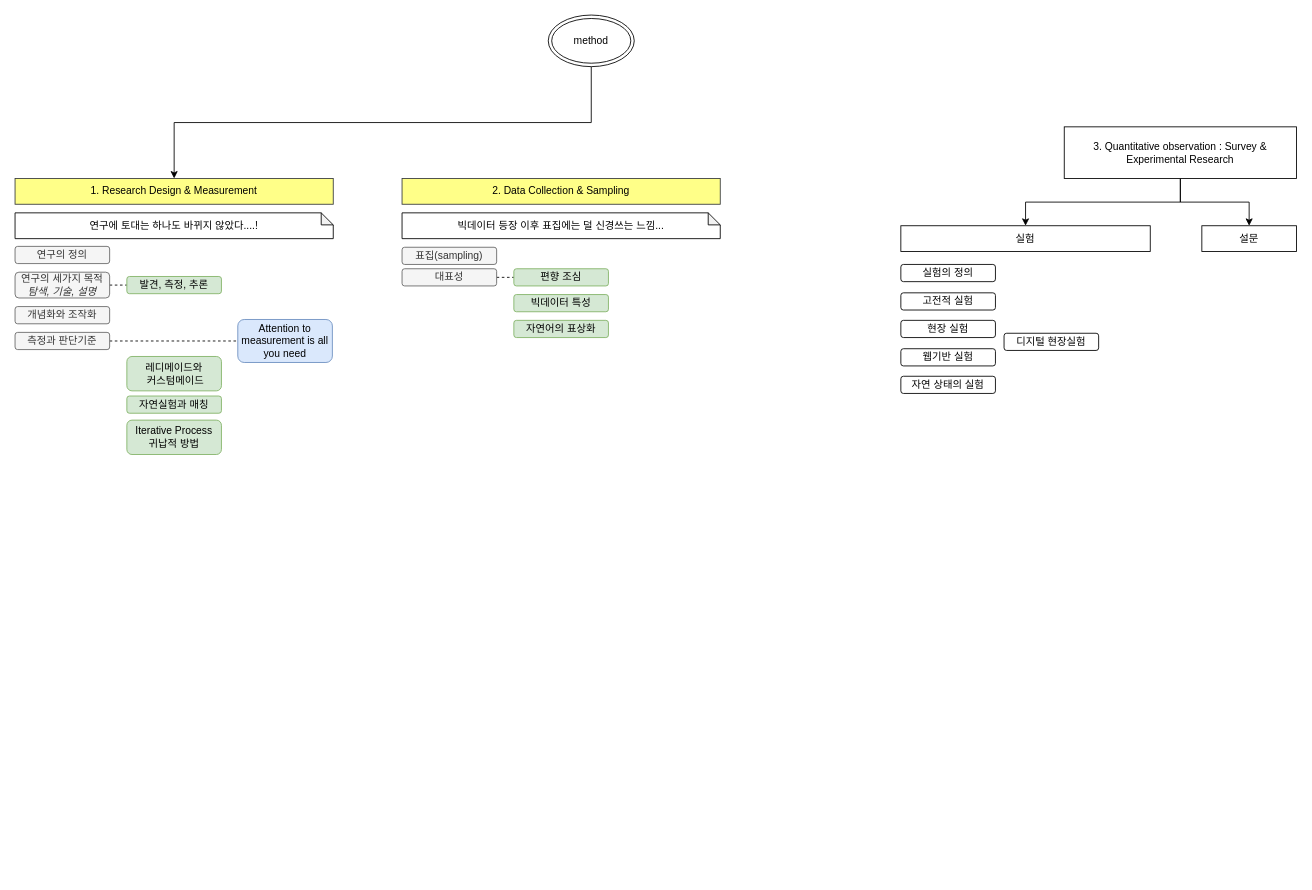
The draw.io diagram method.drawio in myokyunghan/drawio_for_qual, before the edit. Source tidied: cells renumbered, new cells numbered last; positions are measured from the earlier drawing's top-left corner, leaving out a move shared by most shapes. Both pictures are drawn from the tidied source at 86%, with x=0, y=0 at pixel (15, 15).
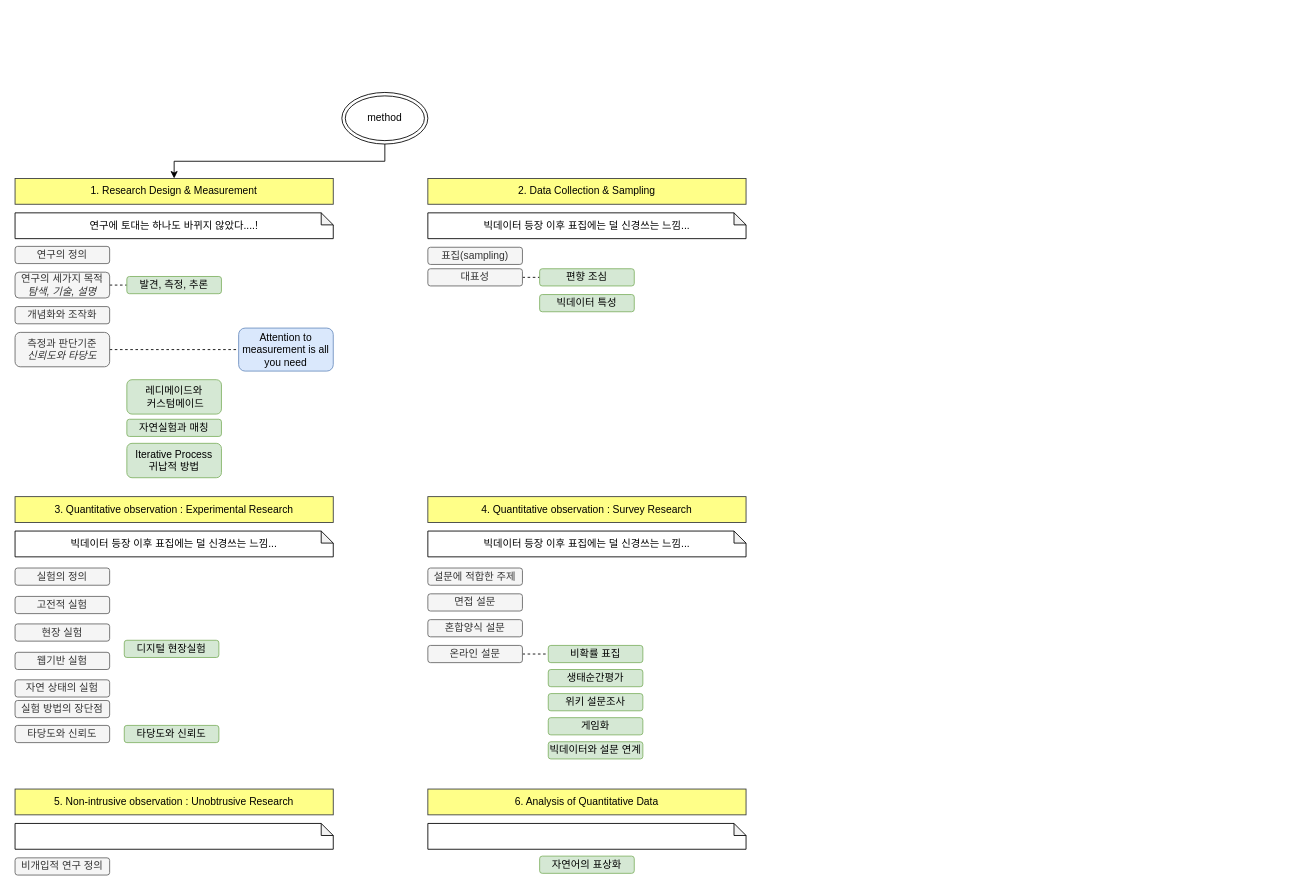
The same page after the edit.

The edit, as a diff of the source:
```diff
@@
     <mxCell id="3" value="method" style="ellipse;shape=doubleEllipse;whiteSpace=wrap;html=1;" parent="1" vertex="1">
-      <mxGeometry x="620" width="100" height="60" as="geometry" />
+      <mxGeometry x="380" y="90" width="100" height="60" as="geometry" />
     </mxCell>
@@
-    <mxCell id="5" style="edgeStyle=orthogonalEdgeStyle;rounded=0;jettySize=auto;html=1;exitX=0.5;exitY=1;exitDx=0;exitDy=0;entryX=0.5;entryY=0;entryDx=0;entryDy=0;defaultLabelBackgroundColor=page;" parent="1" edge="1" source="7" target="8">
-      <mxGeometry relative="1" as="geometry" />
-    </mxCell>
-    <mxCell id="6" style="edgeStyle=orthogonalEdgeStyle;rounded=0;jettySize=auto;html=1;exitX=0.5;exitY=1;exitDx=0;exitDy=0;entryX=0.5;entryY=0;entryDx=0;entryDy=0;defaultLabelBackgroundColor=page;" parent="1" edge="1" source="7" target="9">
-      <mxGeometry relative="1" as="geometry" />
-    </mxCell>
-    <mxCell id="7" value="3. Quantitative observation : Survey &amp;amp; Experimental Research" style="rounded=0;whiteSpace=wrap;html=1;" parent="1" vertex="1">
-      <mxGeometry x="1220" y="130" width="270" height="60" as="geometry" />
-    </mxCell>
-    <mxCell id="8" value="실험" style="rounded=0;whiteSpace=wrap;html=1;" parent="1" vertex="1">
-      <mxGeometry x="1030" y="245" width="290" height="30" as="geometry" />
-    </mxCell>
-    <mxCell id="9" value="설문" style="rounded=0;whiteSpace=wrap;html=1;" parent="1" vertex="1">
-      <mxGeometry x="1380" y="245" width="110" height="30" as="geometry" />
-    </mxCell>
-    <mxCell id="10" value="실험의 정의" style="rounded=1;whiteSpace=wrap;html=1;roundedPerimeter=1;" parent="1" vertex="1">
-      <mxGeometry x="1030" y="290" width="110" height="20" as="geometry" />
+    <mxCell id="10" value="실험의 정의" style="rounded=1;whiteSpace=wrap;html=1;roundedPerimeter=1;fillColor=#f5f5f5;fontColor=#333333;strokeColor=#666666;" parent="1" vertex="1">
+      <mxGeometry y="643" width="110" height="20" as="geometry" />
     </mxCell>
-    <mxCell id="11" value="고전적 실험" style="rounded=1;whiteSpace=wrap;html=1;roundedPerimeter=1;" parent="1" vertex="1">
-      <mxGeometry x="1030" y="323" width="110" height="20" as="geometry" />
+    <mxCell id="11" value="고전적 실험" style="rounded=1;whiteSpace=wrap;html=1;roundedPerimeter=1;fillColor=#f5f5f5;fontColor=#333333;strokeColor=#666666;" parent="1" vertex="1">
+      <mxGeometry y="676" width="110" height="20" as="geometry" />
     </mxCell>
-    <mxCell id="12" value="현장 실험" style="rounded=1;whiteSpace=wrap;html=1;roundedPerimeter=1;" parent="1" vertex="1">
-      <mxGeometry x="1030" y="355" width="110" height="20" as="geometry" />
+    <mxCell id="12" value="현장 실험" style="rounded=1;whiteSpace=wrap;html=1;roundedPerimeter=1;fillColor=#f5f5f5;fontColor=#333333;strokeColor=#666666;" parent="1" vertex="1">
+      <mxGeometry y="708" width="110" height="20" as="geometry" />
     </mxCell>
-    <mxCell id="13" value="웹기반 실험" style="rounded=1;whiteSpace=wrap;html=1;roundedPerimeter=1;" parent="1" vertex="1">
-      <mxGeometry x="1030" y="388" width="110" height="20" as="geometry" />
+    <mxCell id="13" value="웹기반 실험" style="rounded=1;whiteSpace=wrap;html=1;roundedPerimeter=1;fillColor=#f5f5f5;fontColor=#333333;strokeColor=#666666;" parent="1" vertex="1">
+      <mxGeometry y="741" width="110" height="20" as="geometry" />
     </mxCell>
-    <mxCell id="14" value="자연 상태의 실험" style="rounded=1;whiteSpace=wrap;html=1;roundedPerimeter=1;" parent="1" vertex="1">
-      <mxGeometry x="1030" y="420" width="110" height="20" as="geometry" />
+    <mxCell id="14" value="자연 상태의 실험" style="rounded=1;whiteSpace=wrap;html=1;roundedPerimeter=1;fillColor=#f5f5f5;fontColor=#333333;strokeColor=#666666;" parent="1" vertex="1">
+      <mxGeometry y="773" width="110" height="20" as="geometry" />
     </mxCell>
-    <mxCell id="15" value="디지털 현장실험" style="rounded=1;whiteSpace=wrap;html=1;roundedPerimeter=1;" parent="1" vertex="1">
-      <mxGeometry x="1150" y="370" width="110" height="20" as="geometry" />
+    <mxCell id="15" value="디지털 현장실험" style="rounded=1;whiteSpace=wrap;html=1;roundedPerimeter=1;fillColor=#d5e8d4;strokeColor=#82b366;" parent="1" vertex="1">
+      <mxGeometry x="127" y="727" width="110" height="20" as="geometry" />
     </mxCell>
@@
-    <mxCell id="21" value="측정과 판단기준" style="rounded=1;whiteSpace=wrap;html=1;roundedPerimeter=1;fillColor=#f5f5f5;fontColor=#333333;strokeColor=#666666;" parent="1" vertex="1">
-      <mxGeometry y="369" width="110" height="20" as="geometry" />
+    <mxCell id="21" value="측정과 판단기준&lt;div&gt;&lt;i&gt;신뢰도와 타당도&lt;/i&gt;&lt;/div&gt;" style="rounded=1;whiteSpace=wrap;html=1;roundedPerimeter=1;fillColor=#f5f5f5;fontColor=#333333;strokeColor=#666666;" parent="1" vertex="1">
+      <mxGeometry y="369" width="110" height="40" as="geometry" />
     </mxCell>
     <mxCell id="22" value="레디메이드와&lt;div&gt;&amp;nbsp;커스텀메이드&lt;/div&gt;" style="rounded=1;whiteSpace=wrap;html=1;roundedPerimeter=1;fillColor=#d5e8d4;strokeColor=#82b366;" parent="1" vertex="1">
-      <mxGeometry x="130" y="397" width="110" height="40" as="geometry" />
+      <mxGeometry x="130" y="424" width="110" height="40" as="geometry" />
     </mxCell>
     <mxCell id="23" value="Iterative Process&lt;div&gt;귀납적 방법&lt;/div&gt;" style="rounded=1;whiteSpace=wrap;html=1;roundedPerimeter=1;fillColor=#d5e8d4;strokeColor=#82b366;" parent="1" vertex="1">
-      <mxGeometry x="130" y="471" width="110" height="40" as="geometry" />
+      <mxGeometry x="130" y="498" width="110" height="40" as="geometry" />
     </mxCell>
     <mxCell id="24" value="Attention to measurement is all you need" style="rounded=1;whiteSpace=wrap;html=1;roundedPerimeter=1;fillColor=#dae8fc;strokeColor=#6c8ebf;" parent="1" vertex="1">
-      <mxGeometry x="259" y="354" width="110" height="50" as="geometry" />
+      <mxGeometry x="260" y="364" width="110" height="50" as="geometry" />
     </mxCell>
     <mxCell id="25" value="2. Data Collection &amp;amp; Sampling" style="rounded=0;whiteSpace=wrap;html=1;fillColor=#ffff88;strokeColor=#36393d;" parent="1" vertex="1">
-      <mxGeometry x="450" y="190" width="370" height="30" as="geometry" />
+      <mxGeometry x="480" y="190" width="370" height="30" as="geometry" />
     </mxCell>
     <mxCell id="26" value="표집(sampling)" style="rounded=1;whiteSpace=wrap;html=1;roundedPerimeter=1;fillColor=#f5f5f5;fontColor=#333333;strokeColor=#666666;" parent="1" vertex="1">
-      <mxGeometry x="450" y="270" width="110" height="20" as="geometry" />
+      <mxGeometry x="480" y="270" width="110" height="20" as="geometry" />
     </mxCell>
     <mxCell id="27" value="빅데이터 특성" style="rounded=1;whiteSpace=wrap;html=1;roundedPerimeter=1;fillColor=#d5e8d4;strokeColor=#82b366;" parent="1" vertex="1">
-      <mxGeometry x="580" y="325" width="110" height="20" as="geometry" />
+      <mxGeometry x="610" y="325" width="110" height="20" as="geometry" />
     </mxCell>
-    <mxCell id="28" value="자연어의 표상화" style="rounded=1;whiteSpace=wrap;html=1;roundedPerimeter=1;fillColor=#d5e8d4;strokeColor=#82b366;" parent="1" vertex="1">
-      <mxGeometry x="580" y="355" width="110" height="20" as="geometry" />
-    </mxCell>
@@
     <mxCell id="30" value="자연실험과 매칭" style="rounded=1;whiteSpace=wrap;html=1;roundedPerimeter=1;fillColor=#d5e8d4;strokeColor=#82b366;" parent="1" vertex="1">
-      <mxGeometry x="130" y="443" width="110" height="20" as="geometry" />
+      <mxGeometry x="130" y="470" width="110" height="20" as="geometry" />
     </mxCell>
@@
     <mxCell id="33" value="대표성" style="rounded=1;whiteSpace=wrap;html=1;roundedPerimeter=1;fillColor=#f5f5f5;fontColor=#333333;strokeColor=#666666;" parent="1" vertex="1">
-      <mxGeometry x="450" y="295" width="110" height="20" as="geometry" />
+      <mxGeometry x="480" y="295" width="110" height="20" as="geometry" />
     </mxCell>
     <mxCell id="34" value="편향 조심" style="rounded=1;whiteSpace=wrap;html=1;roundedPerimeter=1;fillColor=#d5e8d4;strokeColor=#82b366;" parent="1" vertex="1">
-      <mxGeometry x="580" y="295" width="110" height="20" as="geometry" />
+      <mxGeometry x="610" y="295" width="110" height="20" as="geometry" />
     </mxCell>
     <mxCell id="35" value="빅데이터 등장 이후 표집에는 덜 신경쓰는 느낌..." style="shape=note;whiteSpace=wrap;html=1;backgroundOutline=1;darkOpacity=0.05;size=14;" parent="1" vertex="1">
-      <mxGeometry x="450" y="230" width="370" height="30" as="geometry" />
+      <mxGeometry x="480" y="230" width="370" height="30" as="geometry" />
     </mxCell>
+    <mxCell id="36" value="5. Non-intrusive observation : Unobtrusive Research" style="rounded=0;whiteSpace=wrap;html=1;fillColor=#ffff88;strokeColor=#36393d;" parent="1" vertex="1">
+      <mxGeometry y="900" width="370" height="30" as="geometry" />
+    </mxCell>
+    <mxCell id="37" style="shape=note;whiteSpace=wrap;html=1;backgroundOutline=1;darkOpacity=0.05;size=14;" parent="1" vertex="1">
+      <mxGeometry y="940" width="370" height="30" as="geometry" />
+    </mxCell>
+    <mxCell id="38" value="3. Quantitative observation : Experimental Research" style="rounded=0;whiteSpace=wrap;html=1;fillColor=#ffff88;strokeColor=#36393d;" parent="1" vertex="1">
+      <mxGeometry y="560" width="370" height="30" as="geometry" />
+    </mxCell>
+    <mxCell id="39" value="빅데이터 등장 이후 표집에는 덜 신경쓰는 느낌..." style="shape=note;whiteSpace=wrap;html=1;backgroundOutline=1;darkOpacity=0.05;size=14;" parent="1" vertex="1">
+      <mxGeometry y="600" width="370" height="30" as="geometry" />
+    </mxCell>
+    <mxCell id="40" value="설문에 적합한 주제" style="rounded=1;whiteSpace=wrap;html=1;roundedPerimeter=1;fillColor=#f5f5f5;fontColor=#333333;strokeColor=#666666;" parent="1" vertex="1">
+      <mxGeometry x="480" y="643" width="110" height="20" as="geometry" />
+    </mxCell>
+    <mxCell id="41" value="면접 설문" style="rounded=1;whiteSpace=wrap;html=1;roundedPerimeter=1;fillColor=#f5f5f5;fontColor=#333333;strokeColor=#666666;" parent="1" vertex="1">
+      <mxGeometry x="480" y="673" width="110" height="20" as="geometry" />
+    </mxCell>
+    <mxCell id="42" value="혼합양식 설문" style="rounded=1;whiteSpace=wrap;html=1;roundedPerimeter=1;fillColor=#f5f5f5;fontColor=#333333;strokeColor=#666666;" parent="1" vertex="1">
+      <mxGeometry x="480" y="703" width="110" height="20" as="geometry" />
+    </mxCell>
+    <mxCell id="43" value="타당도와 신뢰도" style="rounded=1;whiteSpace=wrap;html=1;roundedPerimeter=1;fillColor=#f5f5f5;fontColor=#333333;strokeColor=#666666;" parent="1" vertex="1">
+      <mxGeometry y="826" width="110" height="20" as="geometry" />
+    </mxCell>
+    <mxCell id="44" value="타당도와 신뢰도" style="rounded=1;whiteSpace=wrap;html=1;roundedPerimeter=1;fillColor=#d5e8d4;strokeColor=#82b366;" parent="1" vertex="1">
+      <mxGeometry x="127" y="826" width="110" height="20" as="geometry" />
+    </mxCell>
+    <mxCell id="45" value="비확률 표집" style="rounded=1;whiteSpace=wrap;html=1;roundedPerimeter=1;fillColor=#d5e8d4;strokeColor=#82b366;" parent="1" vertex="1">
+      <mxGeometry x="620" y="733" width="110" height="20" as="geometry" />
+    </mxCell>
+    <mxCell id="46" style="edgeStyle=orthogonalEdgeStyle;rounded=0;jettySize=auto;html=1;exitX=1;exitY=0.5;exitDx=0;exitDy=0;entryX=0;entryY=0.5;entryDx=0;entryDy=0;defaultLabelBackgroundColor=page;labelPadding=0 4;dashed=1;endArrow=none;endFill=0;" parent="1" edge="1" source="47" target="45">
+      <mxGeometry relative="1" as="geometry" />
+    </mxCell>
+    <mxCell id="47" value="온라인 설문" style="rounded=1;whiteSpace=wrap;html=1;roundedPerimeter=1;fillColor=#f5f5f5;fontColor=#333333;strokeColor=#666666;" parent="1" vertex="1">
+      <mxGeometry x="480" y="733" width="110" height="20" as="geometry" />
+    </mxCell>
+    <mxCell id="48" value="생태순간평가" style="rounded=1;whiteSpace=wrap;html=1;roundedPerimeter=1;fillColor=#d5e8d4;strokeColor=#82b366;" parent="1" vertex="1">
+      <mxGeometry x="620" y="761" width="110" height="20" as="geometry" />
+    </mxCell>
+    <mxCell id="49" value="위키 설문조사" style="rounded=1;whiteSpace=wrap;html=1;roundedPerimeter=1;fillColor=#d5e8d4;strokeColor=#82b366;" parent="1" vertex="1">
+      <mxGeometry x="620" y="789" width="110" height="20" as="geometry" />
+    </mxCell>
+    <mxCell id="50" value="게임화" style="rounded=1;whiteSpace=wrap;html=1;roundedPerimeter=1;fillColor=#d5e8d4;strokeColor=#82b366;" parent="1" vertex="1">
+      <mxGeometry x="620" y="817" width="110" height="20" as="geometry" />
+    </mxCell>
+    <mxCell id="51" value="빅데이터와 설문 연계" style="rounded=1;whiteSpace=wrap;html=1;roundedPerimeter=1;fillColor=#d5e8d4;strokeColor=#82b366;" parent="1" vertex="1">
+      <mxGeometry x="620" y="845" width="110" height="20" as="geometry" />
+    </mxCell>
+    <mxCell id="52" value="4. Quantitative observation : Survey Research" style="rounded=0;whiteSpace=wrap;html=1;fillColor=#ffff88;strokeColor=#36393d;" parent="1" vertex="1">
+      <mxGeometry x="480" y="560" width="370" height="30" as="geometry" />
+    </mxCell>
+    <mxCell id="53" value="실험 방법의 장단점" style="rounded=1;whiteSpace=wrap;html=1;roundedPerimeter=1;fillColor=#f5f5f5;fontColor=#333333;strokeColor=#666666;" parent="1" vertex="1">
+      <mxGeometry y="797" width="110" height="20" as="geometry" />
+    </mxCell>
+    <mxCell id="54" value="빅데이터 등장 이후 표집에는 덜 신경쓰는 느낌..." style="shape=note;whiteSpace=wrap;html=1;backgroundOutline=1;darkOpacity=0.05;size=14;" parent="1" vertex="1">
+      <mxGeometry x="480" y="600" width="370" height="30" as="geometry" />
+    </mxCell>
+    <mxCell id="28" value="자연어의 표상화" style="rounded=1;whiteSpace=wrap;html=1;roundedPerimeter=1;fillColor=#d5e8d4;strokeColor=#82b366;" parent="1" vertex="1">
+      <mxGeometry x="610" y="978" width="110" height="20" as="geometry" />
+    </mxCell>
+    <mxCell id="55" value="6. Analysis of Quantitative Data" style="rounded=0;whiteSpace=wrap;html=1;fillColor=#ffff88;strokeColor=#36393d;" parent="1" vertex="1">
+      <mxGeometry x="480" y="900" width="370" height="30" as="geometry" />
+    </mxCell>
+    <mxCell id="56" style="shape=note;whiteSpace=wrap;html=1;backgroundOutline=1;darkOpacity=0.05;size=14;" parent="1" vertex="1">
+      <mxGeometry x="480" y="940" width="370" height="30" as="geometry" />
+    </mxCell>
+    <mxCell id="57" value="비개입적 연구 정의" style="rounded=1;whiteSpace=wrap;html=1;roundedPerimeter=1;fillColor=#f5f5f5;fontColor=#333333;strokeColor=#666666;" parent="1" vertex="1">
+      <mxGeometry y="980" width="110" height="20" as="geometry" />
+    </mxCell>
```
